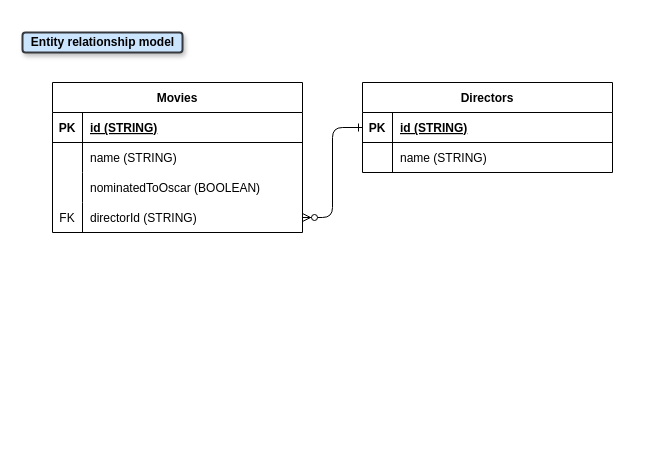
CarlosSanabriaM/flink-sql-poc keeps this draw.io diagram as page "0-entity-relationship-model" (1 of 18) of docs/diagrams/diagrams.drawio. Above is the earlier version. Source tidied: cells renumbered, new cells numbered last; positions are measured from the earlier drawing's top-left corner, leaving out a move shared by most shapes. Both pictures are drawn from the tidied source at 100%, with x=0, y=0 at pixel (22, 32).
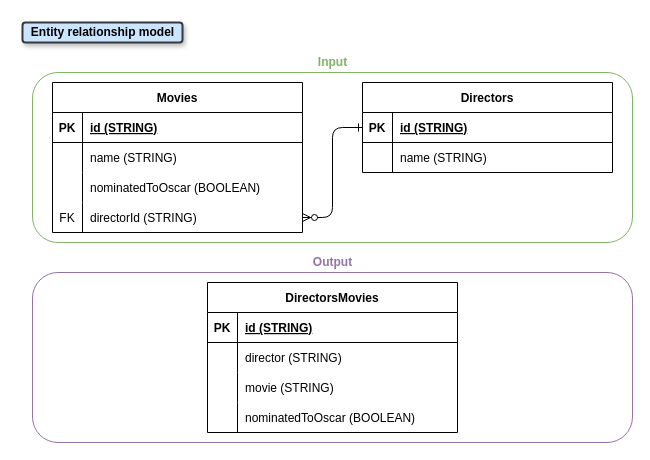
After the change.

Change to the diagram source:
```diff
@@
+    <mxCell id="24" style="rounded=1;whiteSpace=wrap;html=1;strokeColor=#82b366;fillColor=none;" parent="1" vertex="1">
+      <mxGeometry x="10" y="40" width="600" height="170" as="geometry" />
+    </mxCell>
@@
     <mxCell id="3" value="&lt;b&gt;Entity relationship model&lt;/b&gt;" style="text;html=1;align=center;verticalAlign=middle;strokeColor=#36393d;fillColor=#cce5ff;strokeWidth=2;rounded=1;glass=0;sketch=0;shadow=1;" parent="1" vertex="1">
-      <mxGeometry width="160" height="20" as="geometry" />
+      <mxGeometry y="-10" width="160" height="20" as="geometry" />
     </mxCell>
+    <mxCell id="25" value="&lt;b&gt;&lt;font color=&quot;#82b366&quot;&gt;Input&lt;/font&gt;&lt;/b&gt;" style="text;html=1;align=center;verticalAlign=middle;" parent="1" vertex="1">
+      <mxGeometry x="285" y="20" width="50" height="20" as="geometry" />
+    </mxCell>
@@
+    <mxCell id="26" style="rounded=1;whiteSpace=wrap;html=1;strokeColor=#9673a6;fillColor=none;" parent="1" vertex="1">
+      <mxGeometry x="10" y="240" width="600" height="170" as="geometry" />
+    </mxCell>
+    <mxCell id="27" value="&lt;b&gt;&lt;font color=&quot;#9673a6&quot;&gt;Output&lt;/font&gt;&lt;/b&gt;" style="text;html=1;align=center;verticalAlign=middle;" parent="1" vertex="1">
+      <mxGeometry x="285" y="220" width="50" height="20" as="geometry" />
+    </mxCell>
+    <mxCell id="28" value="DirectorsMovies" style="shape=table;startSize=30;childLayout=tableLayout;rowLines=0;fontStyle=1;align=center;" parent="1" vertex="1">
+      <mxGeometry x="185" y="250" width="250" height="150" as="geometry" />
+    </mxCell>
+    <mxCell id="29" style="shape=partialRectangle;fillColor=none;top=0;left=0;right=0;bottom=1;" parent="28" vertex="1">
+      <mxGeometry y="30" width="250" height="30" as="geometry" />
+    </mxCell>
+    <mxCell id="30" value="PK" style="shape=partialRectangle;overflow=hidden;fillColor=none;top=0;left=0;bottom=0;right=0;fontStyle=1;" parent="29" vertex="1">
+      <mxGeometry width="30" height="30" as="geometry" />
+    </mxCell>
+    <mxCell id="31" value="id (STRING)" style="shape=partialRectangle;overflow=hidden;fillColor=none;top=0;left=0;bottom=0;right=0;align=left;spacingLeft=6;fontStyle=5;" parent="29" vertex="1">
+      <mxGeometry x="30" width="220" height="30" as="geometry" />
+    </mxCell>
+    <mxCell id="32" style="shape=partialRectangle;fillColor=none;top=0;left=0;right=0;bottom=0;" parent="28" vertex="1">
+      <mxGeometry y="60" width="250" height="30" as="geometry" />
+    </mxCell>
+    <mxCell id="33" style="shape=partialRectangle;overflow=hidden;fillColor=none;top=0;left=0;bottom=0;right=0;" parent="32" vertex="1">
+      <mxGeometry width="30" height="30" as="geometry" />
+    </mxCell>
+    <mxCell id="34" value="director (STRING)" style="shape=partialRectangle;overflow=hidden;fillColor=none;top=0;left=0;bottom=0;right=0;align=left;spacingLeft=6;" parent="32" vertex="1">
+      <mxGeometry x="30" width="220" height="30" as="geometry" />
+    </mxCell>
+    <mxCell id="35" style="shape=partialRectangle;fillColor=none;top=0;left=0;right=0;bottom=0;" parent="28" vertex="1">
+      <mxGeometry y="90" width="250" height="30" as="geometry" />
+    </mxCell>
+    <mxCell id="36" style="shape=partialRectangle;overflow=hidden;fillColor=none;top=0;left=0;bottom=0;right=0;" parent="35" vertex="1">
+      <mxGeometry width="30" height="30" as="geometry" />
+    </mxCell>
+    <mxCell id="37" value="movie (STRING)" style="shape=partialRectangle;overflow=hidden;fillColor=none;top=0;left=0;bottom=0;right=0;align=left;spacingLeft=6;" parent="35" vertex="1">
+      <mxGeometry x="30" width="220" height="30" as="geometry" />
+    </mxCell>
+    <mxCell id="38" style="shape=partialRectangle;fillColor=none;top=0;left=0;right=0;bottom=0;" parent="28" vertex="1">
+      <mxGeometry y="120" width="250" height="30" as="geometry" />
+    </mxCell>
+    <mxCell id="39" style="shape=partialRectangle;overflow=hidden;fillColor=none;top=0;left=0;bottom=0;right=0;" parent="38" vertex="1">
+      <mxGeometry width="30" height="30" as="geometry" />
+    </mxCell>
+    <mxCell id="40" value="nominatedToOscar (BOOLEAN)" style="shape=partialRectangle;overflow=hidden;fillColor=none;top=0;left=0;bottom=0;right=0;align=left;spacingLeft=6;" parent="38" vertex="1">
+      <mxGeometry x="30" width="220" height="30" as="geometry" />
+    </mxCell>
```
